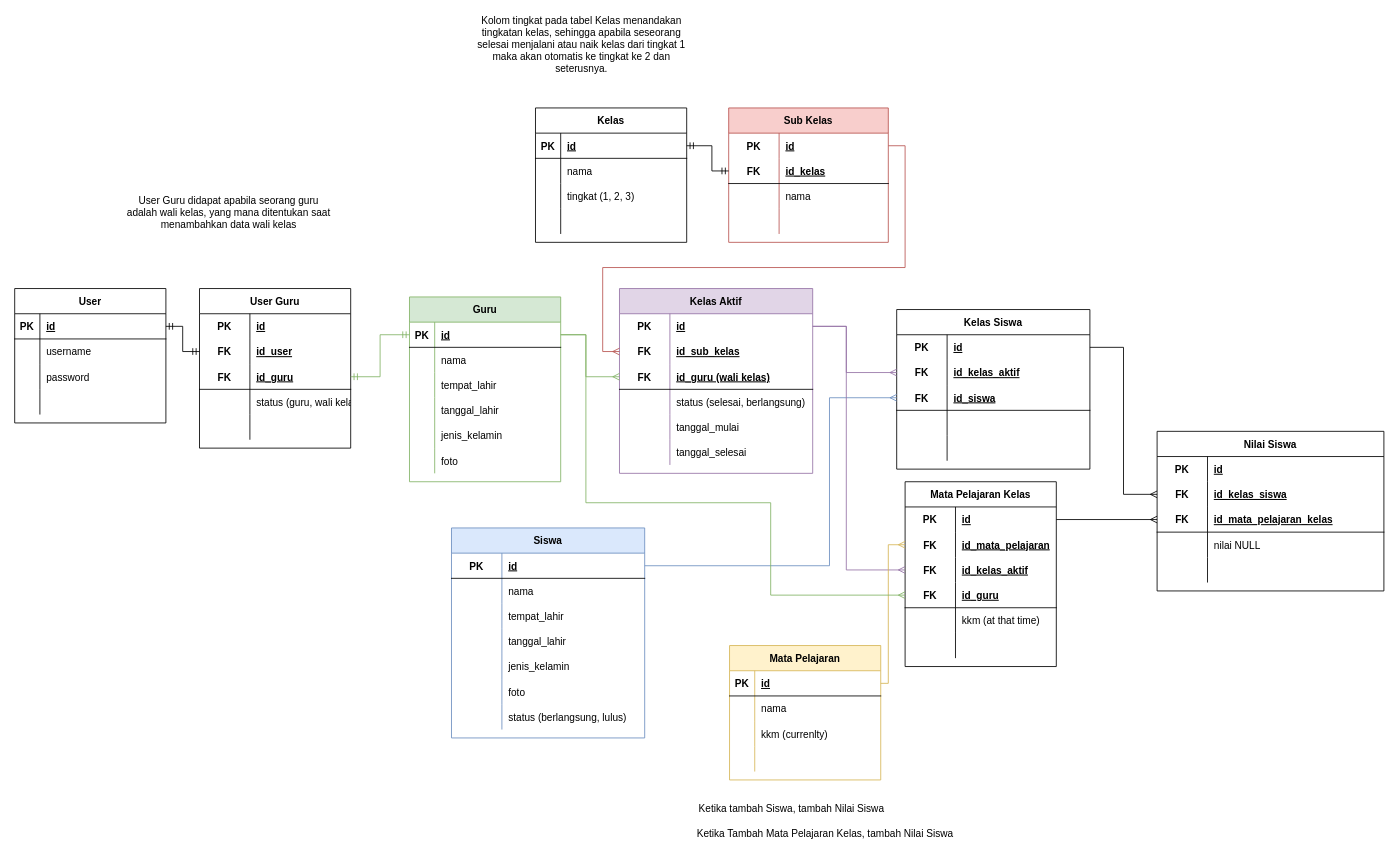
The draw.io diagram page "Develop" (2 of 2) of db/Database Schema.drawio in yafizh/e-rapot, before the edit. Source tidied: cells renumbered, new cells numbered last; positions are measured from the earlier drawing's top-left corner, leaving out a move shared by most shapes. Both pictures are drawn from the tidied source at 84%, with x=0, y=0 at pixel (14, 32).
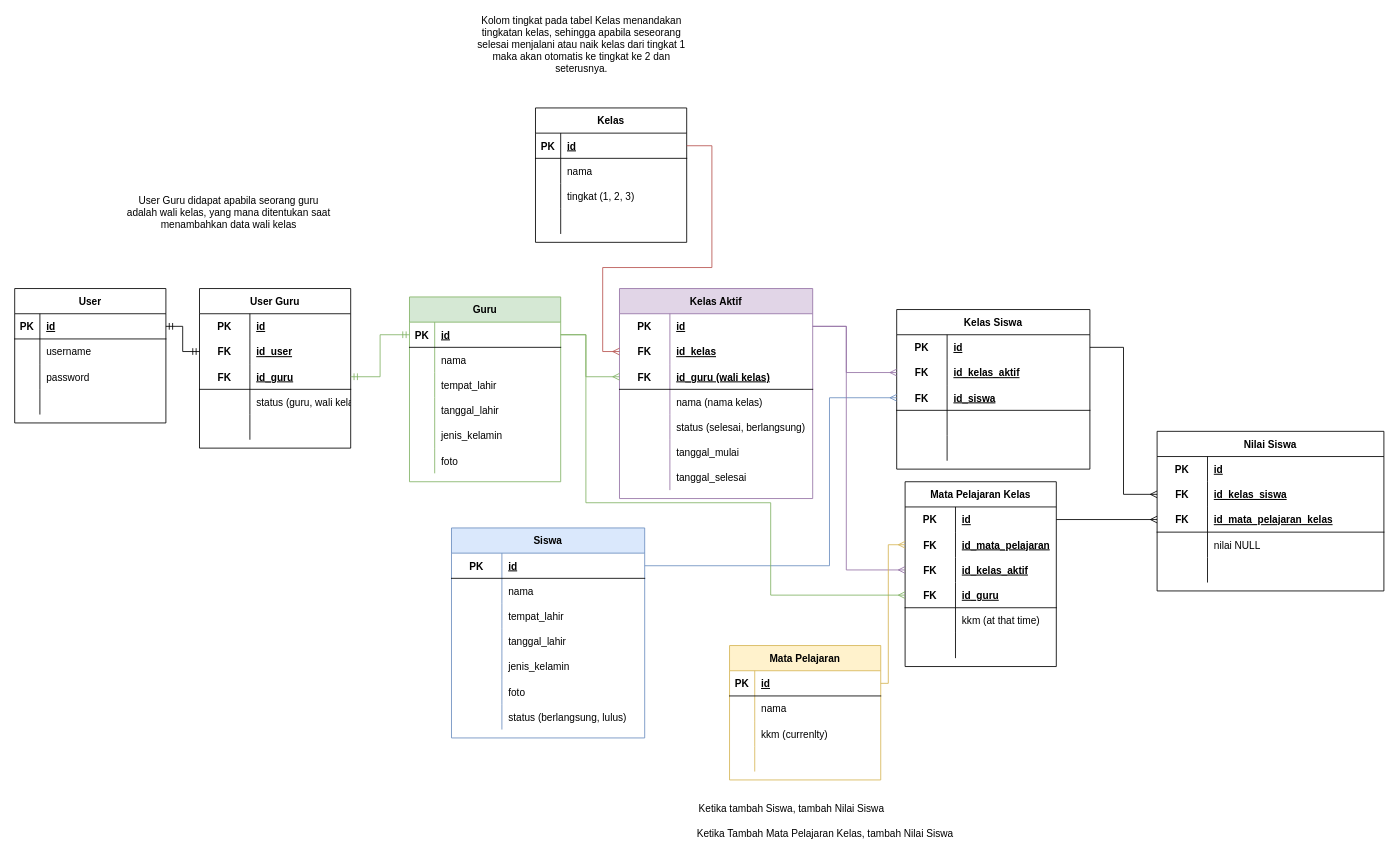
After the change.

Commit message (it also covers changes not shown here):
update database schema (remove sub kelas) and penyesuaian fitur pada aplikasi dengan skema database yang baru

The change refers to these unchanged cells:
```xml
<mxCell id="81" style="shape=tableRow;horizontal=0;startSize=0;swimlaneHead=0;swimlaneBody=0;fillColor=none;points=[[0,0.5],[1,0.5]];portConstraint=eastwest;top=0;left=0;right=0;bottom=1;" parent="80" vertex="1">
  <mxGeometry y="30" width="180" height="30" as="geometry" />
</mxCell>
<mxCell id="156" style="shape=tableRow;horizontal=0;startSize=0;swimlaneHead=0;swimlaneBody=0;fillColor=none;points=[[0,0.5],[1,0.5]];portConstraint=eastwest;top=0;left=0;right=0;bottom=0;" parent="152" vertex="1">
  <mxGeometry y="60" width="230" height="30" as="geometry" />
</mxCell>
<mxCell id="162" style="shape=tableRow;horizontal=0;startSize=0;swimlaneHead=0;swimlaneBody=0;fillColor=none;top=0;left=0;right=0;bottom=0;" parent="152" vertex="1">
  <mxGeometry y="120" width="230" height="30" as="geometry" />
</mxCell>
```

The edit, as a diff of the source:
```diff
@@
-    <mxCell id="66" value="Sub Kelas" style="shape=table;startSize=30;childLayout=tableLayout;rowLines=0;fontStyle=1;align=center;fillColor=#f8cecc;strokeColor=#b85450;" parent="1" vertex="1">
-      <mxGeometry x="850" y="90" width="190" height="160" as="geometry" />
-    </mxCell>
-    <mxCell id="67" style="shape=tableRow;horizontal=0;startSize=0;swimlaneHead=0;swimlaneBody=0;fillColor=none;points=[[0,0.5],[1,0.5]];portConstraint=eastwest;top=0;left=0;right=0;bottom=0;" parent="66" vertex="1">
-      <mxGeometry y="30" width="190" height="30" as="geometry" />
-    </mxCell>
-    <mxCell id="68" value="PK" style="shape=partialRectangle;fillColor=none;top=0;left=0;bottom=0;right=0;fontStyle=1;overflow=hidden;" parent="67" vertex="1">
-      <mxGeometry width="60" height="30" as="geometry" />
-    </mxCell>
-    <mxCell id="69" value="id" style="shape=partialRectangle;fillColor=none;top=0;left=0;bottom=0;right=0;align=left;spacingLeft=6;fontStyle=5;overflow=hidden;" parent="67" vertex="1">
-      <mxGeometry x="60" width="130" height="30" as="geometry" />
-    </mxCell>
-    <mxCell id="70" style="shape=tableRow;horizontal=0;startSize=0;swimlaneHead=0;swimlaneBody=0;fillColor=none;points=[[0,0.5],[1,0.5]];portConstraint=eastwest;top=0;left=0;right=0;bottom=1;" parent="66" vertex="1">
-      <mxGeometry y="60" width="190" height="30" as="geometry" />
-    </mxCell>
-    <mxCell id="71" value="FK" style="shape=partialRectangle;fillColor=none;top=0;left=0;bottom=0;right=0;fontStyle=1;overflow=hidden;" parent="70" vertex="1">
-      <mxGeometry width="60" height="30" as="geometry" />
-    </mxCell>
-    <mxCell id="72" value="id_kelas" style="shape=partialRectangle;fillColor=none;top=0;left=0;bottom=0;right=0;align=left;spacingLeft=6;fontStyle=5;overflow=hidden;" parent="70" vertex="1">
-      <mxGeometry x="60" width="130" height="30" as="geometry" />
-    </mxCell>
-    <mxCell id="73" style="shape=tableRow;horizontal=0;startSize=0;swimlaneHead=0;swimlaneBody=0;fillColor=none;top=0;left=0;right=0;bottom=0;" parent="66" vertex="1">
-      <mxGeometry y="90" width="190" height="30" as="geometry" />
-    </mxCell>
-    <mxCell id="74" style="shape=partialRectangle;fillColor=none;top=0;left=0;bottom=0;right=0;overflow=hidden;" parent="73" vertex="1">
-      <mxGeometry width="60" height="30" as="geometry" />
-    </mxCell>
-    <mxCell id="75" value="nama" style="shape=partialRectangle;fillColor=none;top=0;left=0;bottom=0;right=0;align=left;spacingLeft=6;overflow=hidden;" parent="73" vertex="1">
-      <mxGeometry x="60" width="130" height="30" as="geometry" />
-    </mxCell>
-    <mxCell id="76" style="shape=tableRow;horizontal=0;startSize=0;swimlaneHead=0;swimlaneBody=0;fillColor=none;top=0;left=0;right=0;bottom=0;" parent="66" vertex="1">
-      <mxGeometry y="120" width="190" height="30" as="geometry" />
-    </mxCell>
-    <mxCell id="77" style="shape=partialRectangle;fillColor=none;top=0;left=0;bottom=0;right=0;overflow=hidden;" parent="76" vertex="1">
-      <mxGeometry width="60" height="30" as="geometry" />
-    </mxCell>
-    <mxCell id="78" style="shape=partialRectangle;fillColor=none;top=0;left=0;bottom=0;right=0;align=left;spacingLeft=6;overflow=hidden;" parent="76" vertex="1">
-      <mxGeometry x="60" width="130" height="30" as="geometry" />
-    </mxCell>
-    <mxCell id="79" style="edgeStyle=orthogonalEdgeStyle;rounded=0;jettySize=auto;html=1;entryX=0;entryY=0.5;entryDx=0;entryDy=0;startArrow=ERmandOne;startFill=0;endArrow=ERmandOne;endFill=0;exitX=1;exitY=0.5;exitDx=0;exitDy=0;" parent="1" edge="1" source="81" target="70">
-      <mxGeometry relative="1" as="geometry">
-        <Array as="points">
-          <mxPoint x="830" y="135" />
-          <mxPoint x="830" y="165" />
-        </Array>
-      </mxGeometry>
-    </mxCell>
@@
     <mxCell id="152" value="Kelas Aktif" style="shape=table;startSize=30;childLayout=tableLayout;rowLines=0;fontStyle=1;align=center;fillColor=#e1d5e7;strokeColor=#9673a6;" parent="1" vertex="1">
-      <mxGeometry x="720" y="305" width="230" height="220" as="geometry" />
+      <mxGeometry x="720" y="305" width="230" height="250" as="geometry" />
     </mxCell>
@@
-    <mxCell id="158" value="id_sub_kelas" style="shape=partialRectangle;fillColor=none;top=0;left=0;bottom=0;right=0;align=left;spacingLeft=6;fontStyle=5;overflow=hidden;" parent="156" vertex="1">
+    <mxCell id="158" value="id_kelas" style="shape=partialRectangle;fillColor=none;top=0;left=0;bottom=0;right=0;align=left;spacingLeft=6;fontStyle=5;overflow=hidden;" parent="156" vertex="1">
       <mxGeometry x="60" width="170" height="30" as="geometry" />
     </mxCell>
@@
-    <mxCell id="164" value="status (selesai, berlangsung)" style="shape=partialRectangle;fillColor=none;top=0;left=0;bottom=0;right=0;align=left;spacingLeft=6;overflow=hidden;" parent="162" vertex="1">
+    <mxCell id="164" value="nama (nama kelas)" style="shape=partialRectangle;fillColor=none;top=0;left=0;bottom=0;right=0;align=left;spacingLeft=6;overflow=hidden;" parent="162" vertex="1">
       <mxGeometry x="60" width="170" height="30" as="geometry" />
     </mxCell>
+    <mxCell id="197" style="shape=tableRow;horizontal=0;startSize=0;swimlaneHead=0;swimlaneBody=0;fillColor=none;top=0;left=0;right=0;bottom=0;" parent="152" vertex="1">
+      <mxGeometry y="150" width="230" height="30" as="geometry" />
+    </mxCell>
+    <mxCell id="198" style="shape=partialRectangle;fillColor=none;top=0;left=0;bottom=0;right=0;overflow=hidden;" parent="197" vertex="1">
+      <mxGeometry width="60" height="30" as="geometry" />
+    </mxCell>
+    <mxCell id="199" value="status (selesai, berlangsung)" style="shape=partialRectangle;fillColor=none;top=0;left=0;bottom=0;right=0;align=left;spacingLeft=6;overflow=hidden;" parent="197" vertex="1">
+      <mxGeometry x="60" width="170" height="30" as="geometry" />
+    </mxCell>
     <mxCell id="165" style="shape=tableRow;horizontal=0;startSize=0;swimlaneHead=0;swimlaneBody=0;fillColor=none;top=0;left=0;right=0;bottom=0;" parent="152" vertex="1">
-      <mxGeometry y="150" width="230" height="30" as="geometry" />
+      <mxGeometry y="180" width="230" height="30" as="geometry" />
     </mxCell>
@@
     <mxCell id="168" style="shape=tableRow;horizontal=0;startSize=0;swimlaneHead=0;swimlaneBody=0;fillColor=none;top=0;left=0;right=0;bottom=0;" parent="152" vertex="1">
-      <mxGeometry y="180" width="230" height="30" as="geometry" />
+      <mxGeometry y="210" width="230" height="30" as="geometry" />
     </mxCell>
@@
-    <mxCell id="195" style="edgeStyle=orthogonalEdgeStyle;rounded=0;jettySize=auto;html=1;entryX=0;entryY=0.5;entryDx=0;entryDy=0;endArrow=ERmany;endFill=0;fillColor=#f8cecc;strokeColor=#b85450;exitX=1;exitY=0.5;exitDx=0;exitDy=0;" parent="1" edge="1" source="67" target="156">
+    <mxCell id="195" style="edgeStyle=orthogonalEdgeStyle;rounded=0;jettySize=auto;html=1;entryX=0;entryY=0.5;entryDx=0;entryDy=0;endArrow=ERmany;endFill=0;fillColor=#f8cecc;strokeColor=#b85450;exitX=1;exitY=0.5;exitDx=0;exitDy=0;" parent="1" edge="1" source="81" target="156">
       <mxGeometry relative="1" as="geometry">
         <Array as="points">
-          <mxPoint x="1060" y="135" />
-          <mxPoint x="1060" y="280" />
+          <mxPoint x="830" y="135" />
+          <mxPoint x="830" y="280" />
           <mxPoint x="700" y="280" />
           <mxPoint x="700" y="380" />
         </Array>
       </mxGeometry>
     </mxCell>
```
